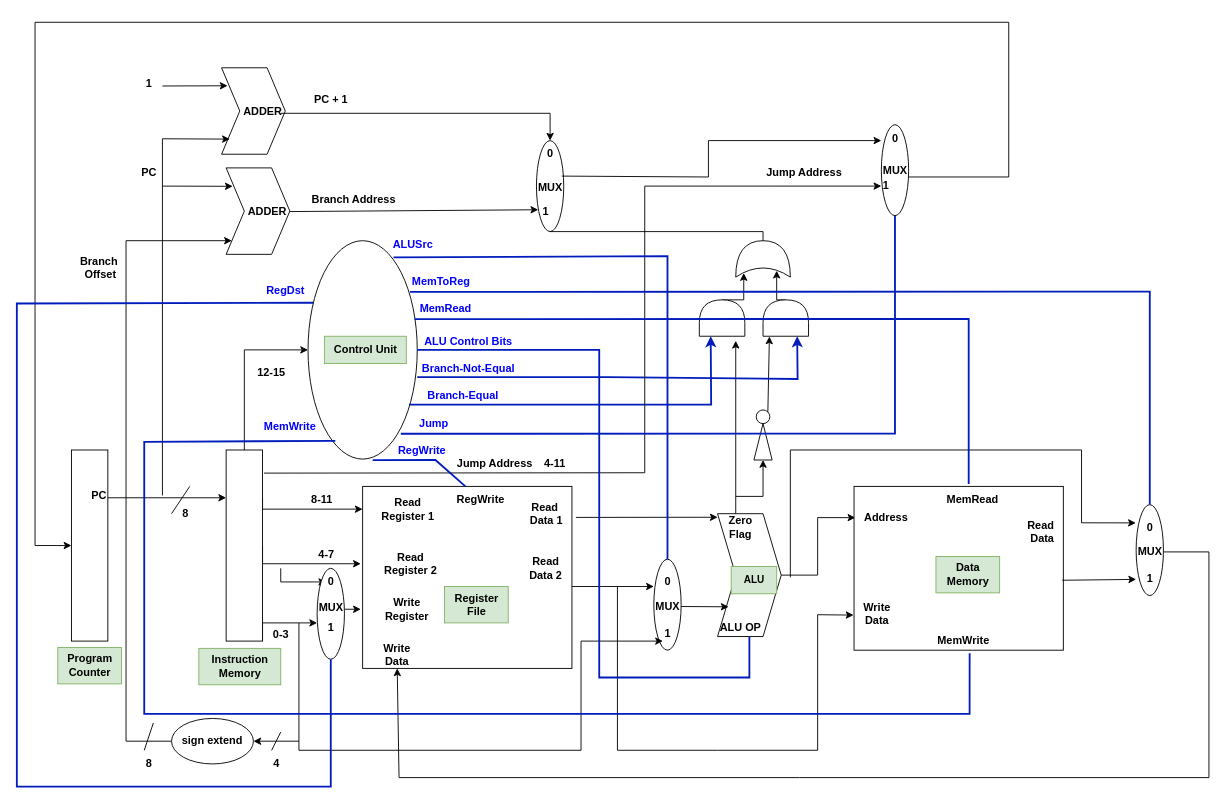
Earlier version of the draw.io diagram page "Page-1" (1 of 2) of Processor (MIPS Architecture)/processor.drawio (NahianShabab/Computer-Architecture). Source tidied: cells renumbered, new cells numbered last; positions are measured from the earlier drawing's top-left corner, leaving out a move shared by most shapes. Both pictures are drawn from the tidied source at 91%, with x=0, y=0 at pixel (16, 22).
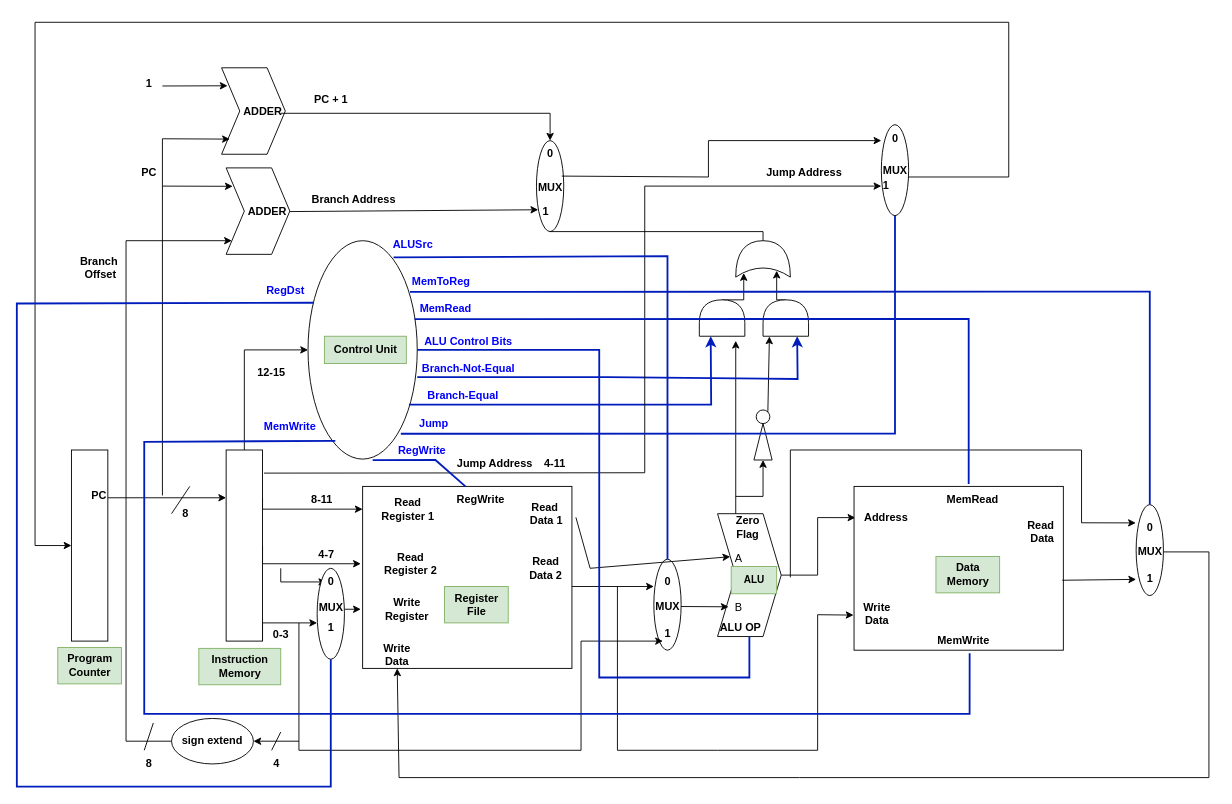
The same page after the edit.

Commit message (it also covers changes not shown here):
processor simulator finished

The change refers to these unchanged cells:
```xml
<mxCell id="26" value="&lt;b&gt;Read&lt;br&gt;&amp;nbsp;Data 1&lt;/b&gt;" style="text;html=1;align=center;verticalAlign=middle;points=[];strokeColor=none;fillColor=none;" parent="1" vertex="1">
  <mxGeometry x="550" y="520" width="60" height="40" as="geometry" />
</mxCell>
<mxCell id="36" style="shape=step;perimeter=stepPerimeter;whiteSpace=wrap;html=1;fixedSize=1;" parent="1" vertex="1">
  <mxGeometry x="770" y="540" width="70" height="135" as="geometry" />
</mxCell>
```

Diff of the diagram source:
```diff
@@
-    <mxCell id="34" style="edgeStyle=none;jettySize=auto;html=1;rounded=0;exitX=1.073;exitY=0.602;exitDx=0;exitDy=0;exitPerimeter=0;entryX=0.002;entryY=0.029;entryDx=0;entryDy=0;entryPerimeter=0;" parent="1" edge="1" source="26" target="36">
-      <mxGeometry relative="1" as="geometry" />
+    <mxCell id="34" style="edgeStyle=none;jettySize=auto;html=1;rounded=0;exitX=1.073;exitY=0.602;exitDx=0;exitDy=0;exitPerimeter=0;entryX=0;entryY=0.25;entryDx=0;entryDy=0;" parent="1" edge="1" source="26" target="36">
+      <mxGeometry relative="1" as="geometry">
+        <Array as="points">
+          <mxPoint x="630" y="600" />
+        </Array>
+      </mxGeometry>
     </mxCell>
@@
     <mxCell id="74" value="&lt;b&gt;Zero&lt;br&gt;Flag&lt;br&gt;&lt;/b&gt;" style="text;html=1;align=center;verticalAlign=middle;strokeColor=none;fillColor=none;" parent="1" vertex="1">
-      <mxGeometry x="770" y="535" width="50" height="40" as="geometry" />
+      <mxGeometry x="777.5" y="535" width="50" height="40" as="geometry" />
     </mxCell>
@@
+    <mxCell id="129" value="A" style="text;html=1;align=center;verticalAlign=middle;strokeColor=none;fillColor=none;" parent="1" vertex="1">
+      <mxGeometry x="777.5" y="575" width="30" height="30" as="geometry" />
+    </mxCell>
+    <mxCell id="130" value="B" style="text;html=1;align=center;verticalAlign=middle;strokeColor=none;fillColor=none;" parent="1" vertex="1">
+      <mxGeometry x="777.5" y="628" width="30" height="30" as="geometry" />
+    </mxCell>
```
